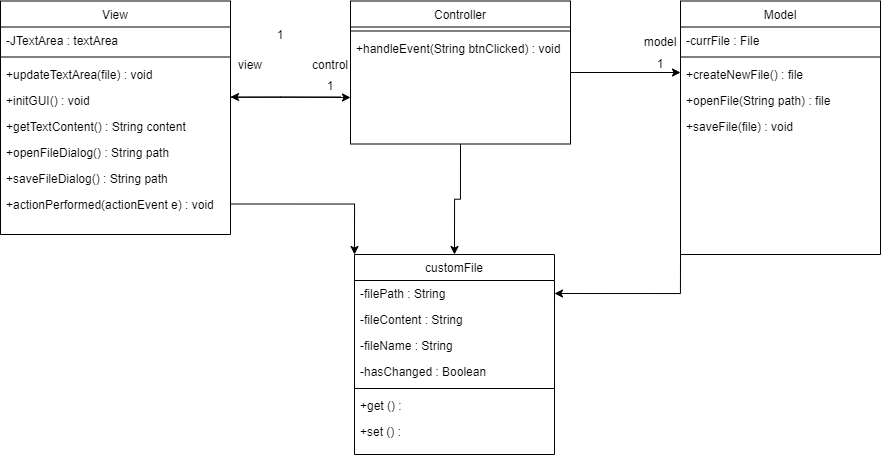
The draw.io diagram Laboration2/UML/design/classDiagram(Updated).drawio.png in Johanced/2021-isgc08-Cederhag, before a commit. Source tidied: cells renumbered, new cells last; positions are measured from the earlier drawing's top-left corner, leaving out a move shared by most shapes. The source it was exported from:
```xml
<mxGraphModel>
  <root>
    <mxCell id="0" />
    <mxCell id="1" parent="0" />
    <mxCell id="2" style="edgeStyle=orthogonalEdgeStyle;rounded=0;jettySize=auto;html=1;exitX=1.001;exitY=0.397;exitDx=0;exitDy=0;exitPerimeter=0;" parent="1" edge="1" source="7">
      <mxGeometry relative="1" as="geometry">
        <mxPoint x="350" y="97" as="targetPoint" />
      </mxGeometry>
    </mxCell>
    <mxCell id="3" value="View" style="swimlane;fontStyle=0;align=center;verticalAlign=top;horizontal=1;startSize=26;rounded=0;shadow=0;strokeWidth=1;" parent="1" vertex="1">
      <mxGeometry y="0.5" width="230" height="233.5" as="geometry" />
    </mxCell>
    <mxCell id="4" value="-JTextArea : textArea" style="text;align=left;verticalAlign=top;spacingLeft=4;spacingRight=4;overflow=hidden;" parent="3" vertex="1">
      <mxGeometry y="26" width="230" height="26" as="geometry" />
    </mxCell>
    <mxCell id="5" style="line;html=1;strokeWidth=1;align=left;verticalAlign=middle;spacingTop=-1;spacingLeft=3;spacingRight=3;labelPosition=right;" parent="3" vertex="1">
      <mxGeometry y="52" width="230" height="8" as="geometry" />
    </mxCell>
    <mxCell id="6" value="+updateTextArea(file) : void" style="text;align=left;verticalAlign=top;spacingLeft=4;spacingRight=4;overflow=hidden;" parent="3" vertex="1">
      <mxGeometry y="60" width="230" height="26" as="geometry" />
    </mxCell>
    <mxCell id="7" value="+initGUI() : void" style="text;align=left;verticalAlign=top;spacingLeft=4;spacingRight=4;overflow=hidden;points=[[0,0.5],[1,0.5]];portConstraint=eastwest;" parent="3" vertex="1">
      <mxGeometry y="86" width="230" height="26" as="geometry" />
    </mxCell>
    <mxCell id="8" value="+getTextContent() : String content" style="text;align=left;verticalAlign=top;spacingLeft=4;spacingRight=4;overflow=hidden;" parent="3" vertex="1">
      <mxGeometry y="112" width="230" height="26" as="geometry" />
    </mxCell>
    <mxCell id="9" value="+openFileDialog() : String path" style="text;align=left;verticalAlign=top;spacingLeft=4;spacingRight=4;overflow=hidden;" parent="3" vertex="1">
      <mxGeometry y="138" width="230" height="26" as="geometry" />
    </mxCell>
    <mxCell id="10" value="+saveFileDialog() : String path" style="text;align=left;verticalAlign=top;spacingLeft=4;spacingRight=4;overflow=hidden;" parent="3" vertex="1">
      <mxGeometry y="164" width="230" height="26" as="geometry" />
    </mxCell>
    <mxCell id="11" value="+actionPerformed(actionEvent e) : void" style="text;align=left;verticalAlign=top;spacingLeft=4;spacingRight=4;overflow=hidden;points=[[0,0.5],[1,0.5]];portConstraint=eastwest;" parent="3" vertex="1">
      <mxGeometry y="190" width="230" height="26" as="geometry" />
    </mxCell>
    <mxCell id="12" style="edgeStyle=orthogonalEdgeStyle;rounded=0;jettySize=auto;html=1;exitX=0;exitY=1;exitDx=0;exitDy=0;entryX=1;entryY=0.5;entryDx=0;entryDy=0;" parent="1" edge="1" source="13" target="32">
      <mxGeometry relative="1" as="geometry" />
    </mxCell>
    <mxCell id="13" value="Model" style="swimlane;fontStyle=0;align=center;verticalAlign=top;horizontal=1;startSize=26;rounded=0;shadow=0;strokeWidth=1;" parent="1" vertex="1">
      <mxGeometry x="680" y="0.5" width="200" height="253.5" as="geometry" />
    </mxCell>
    <mxCell id="14" value="-currFile : File" style="text;align=left;verticalAlign=top;spacingLeft=4;spacingRight=4;overflow=hidden;rounded=0;shadow=0;html=0;" parent="13" vertex="1">
      <mxGeometry y="26" width="200" height="26" as="geometry" />
    </mxCell>
    <mxCell id="15" style="line;html=1;strokeWidth=1;align=left;verticalAlign=middle;spacingTop=-1;spacingLeft=3;spacingRight=3;labelPosition=right;" parent="13" vertex="1">
      <mxGeometry y="52" width="200" height="8" as="geometry" />
    </mxCell>
    <mxCell id="16" value="+createNewFile() : file" style="text;align=left;verticalAlign=top;spacingLeft=4;spacingRight=4;overflow=hidden;" parent="13" vertex="1">
      <mxGeometry y="60" width="200" height="26" as="geometry" />
    </mxCell>
    <mxCell id="17" value="+openFile(String path) : file" style="text;align=left;verticalAlign=top;spacingLeft=4;spacingRight=4;overflow=hidden;" parent="13" vertex="1">
      <mxGeometry y="86" width="200" height="26" as="geometry" />
    </mxCell>
    <mxCell id="18" value="+saveFile(file) : void" style="text;align=left;verticalAlign=top;spacingLeft=4;spacingRight=4;overflow=hidden;" parent="13" vertex="1">
      <mxGeometry y="112" width="200" height="26" as="geometry" />
    </mxCell>
    <mxCell id="19" style="edgeStyle=orthogonalEdgeStyle;rounded=0;jettySize=auto;html=1;" parent="1" edge="1" source="21">
      <mxGeometry relative="1" as="geometry">
        <mxPoint x="680" y="72" as="targetPoint" />
      </mxGeometry>
    </mxCell>
    <mxCell id="20" style="edgeStyle=orthogonalEdgeStyle;rounded=0;jettySize=auto;html=1;exitX=0.5;exitY=1;exitDx=0;exitDy=0;entryX=0.5;entryY=0;entryDx=0;entryDy=0;" parent="1" edge="1" source="21" target="31">
      <mxGeometry relative="1" as="geometry" />
    </mxCell>
    <mxCell id="21" value="Controller" style="swimlane;fontStyle=0;align=center;verticalAlign=top;horizontal=1;startSize=26;rounded=0;shadow=0;strokeWidth=1;" parent="1" vertex="1">
      <mxGeometry x="350" y="0.5" width="220" height="143" as="geometry" />
    </mxCell>
    <mxCell id="22" style="line;html=1;strokeWidth=1;align=left;verticalAlign=middle;spacingTop=-1;spacingLeft=3;spacingRight=3;labelPosition=right;" parent="21" vertex="1">
      <mxGeometry y="26" width="220" height="8" as="geometry" />
    </mxCell>
    <mxCell id="23" value="+handleEvent(String btnClicked) : void" style="text;align=left;verticalAlign=top;spacingLeft=4;spacingRight=4;overflow=hidden;" parent="21" vertex="1">
      <mxGeometry y="34" width="220" height="26" as="geometry" />
    </mxCell>
    <mxCell id="24" value="view" style="text;html=1;strokeColor=none;fillColor=none;align=center;verticalAlign=middle;whiteSpace=wrap;rounded=0;" parent="1" vertex="1">
      <mxGeometry x="230" y="54" width="40" height="22" as="geometry" />
    </mxCell>
    <mxCell id="25" value="control" style="text;html=1;strokeColor=none;fillColor=none;align=center;verticalAlign=middle;whiteSpace=wrap;rounded=0;" parent="1" vertex="1">
      <mxGeometry x="310" y="54" width="40" height="22" as="geometry" />
    </mxCell>
    <mxCell id="26" value="1" style="text;html=1;strokeColor=none;fillColor=none;align=center;verticalAlign=middle;whiteSpace=wrap;rounded=0;" parent="1" vertex="1">
      <mxGeometry x="260" y="24" width="40" height="22" as="geometry" />
    </mxCell>
    <mxCell id="27" value="1" style="text;html=1;strokeColor=none;fillColor=none;align=center;verticalAlign=middle;whiteSpace=wrap;rounded=0;" parent="1" vertex="1">
      <mxGeometry x="310" y="74.5" width="40" height="22" as="geometry" />
    </mxCell>
    <mxCell id="28" value="model" style="text;html=1;strokeColor=none;fillColor=none;align=center;verticalAlign=middle;whiteSpace=wrap;rounded=0;" parent="1" vertex="1">
      <mxGeometry x="640" y="30.5" width="40" height="22" as="geometry" />
    </mxCell>
    <mxCell id="29" value="1" style="text;html=1;strokeColor=none;fillColor=none;align=center;verticalAlign=middle;whiteSpace=wrap;rounded=0;" parent="1" vertex="1">
      <mxGeometry x="640" y="52.5" width="40" height="22" as="geometry" />
    </mxCell>
    <mxCell id="30" style="edgeStyle=orthogonalEdgeStyle;rounded=0;orthogonalLoop=1;jettySize=auto;html=1;" parent="1" edge="1">
      <mxGeometry relative="1" as="geometry">
        <mxPoint x="340" y="96.5" as="sourcePoint" />
        <mxPoint x="230" y="96.5" as="targetPoint" />
        <Array as="points">
          <mxPoint x="280" y="96.5" />
          <mxPoint x="280" y="96.5" />
        </Array>
      </mxGeometry>
    </mxCell>
    <mxCell id="31" value="customFile" style="swimlane;fontStyle=0;align=center;verticalAlign=top;horizontal=1;startSize=26;rounded=0;shadow=0;strokeWidth=1;" parent="1" vertex="1">
      <mxGeometry x="354" y="254" width="200" height="200" as="geometry" />
    </mxCell>
    <mxCell id="32" value="-filePath : String" style="text;align=left;verticalAlign=top;spacingLeft=4;spacingRight=4;overflow=hidden;points=[[0,0.5],[1,0.5]];portConstraint=eastwest;rounded=0;shadow=0;html=0;" parent="31" vertex="1">
      <mxGeometry y="26" width="200" height="26" as="geometry" />
    </mxCell>
    <mxCell id="33" value="-fileContent : String" style="text;align=left;verticalAlign=top;spacingLeft=4;spacingRight=4;overflow=hidden;rounded=0;shadow=0;html=0;" parent="31" vertex="1">
      <mxGeometry y="52" width="200" height="26" as="geometry" />
    </mxCell>
    <mxCell id="34" value="-fileName : String" style="text;align=left;verticalAlign=top;spacingLeft=4;spacingRight=4;overflow=hidden;rounded=0;shadow=0;html=0;" parent="31" vertex="1">
      <mxGeometry y="78" width="200" height="26" as="geometry" />
    </mxCell>
    <mxCell id="35" value="-hasChanged : Boolean" style="text;align=left;verticalAlign=top;spacingLeft=4;spacingRight=4;overflow=hidden;rounded=0;shadow=0;html=0;" parent="31" vertex="1">
      <mxGeometry y="104" width="200" height="26" as="geometry" />
    </mxCell>
    <mxCell id="36" style="line;html=1;strokeWidth=1;align=left;verticalAlign=middle;spacingTop=-1;spacingLeft=3;spacingRight=3;labelPosition=right;" parent="31" vertex="1">
      <mxGeometry y="130" width="200" height="8" as="geometry" />
    </mxCell>
    <mxCell id="37" value="+get () : " style="text;align=left;verticalAlign=top;spacingLeft=4;spacingRight=4;overflow=hidden;" parent="31" vertex="1">
      <mxGeometry y="138" width="200" height="26" as="geometry" />
    </mxCell>
    <mxCell id="38" value="+set () : " style="text;align=left;verticalAlign=top;spacingLeft=4;spacingRight=4;overflow=hidden;" parent="31" vertex="1">
      <mxGeometry y="164" width="200" height="26" as="geometry" />
    </mxCell>
    <mxCell id="39" style="edgeStyle=orthogonalEdgeStyle;rounded=0;jettySize=auto;html=1;exitX=1;exitY=0.5;exitDx=0;exitDy=0;entryX=0;entryY=0;entryDx=0;entryDy=0;" parent="1" edge="1" source="11" target="31">
      <mxGeometry relative="1" as="geometry" />
    </mxCell>
  </root>
</mxGraphModel>
```
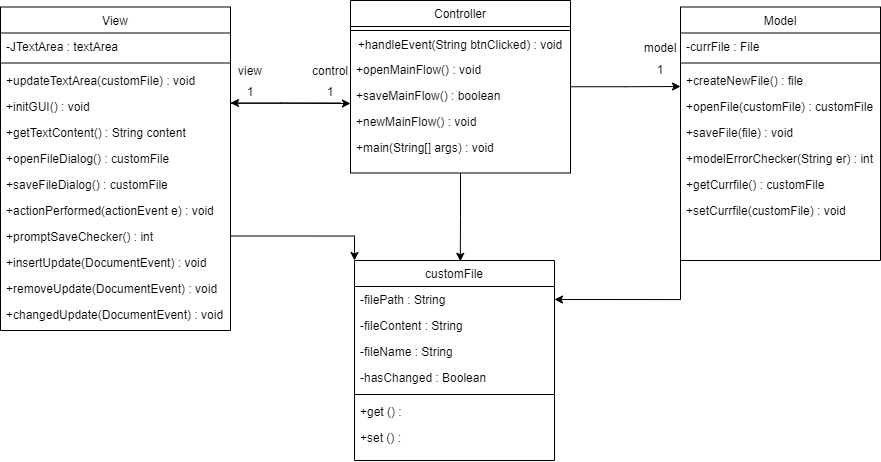
After the change.

Diff of the diagram source:
```diff
@@ -8,7 +8,7 @@
       </mxGeometry>
     </mxCell>
     <mxCell id="3" value="View" style="swimlane;fontStyle=0;align=center;verticalAlign=top;horizontal=1;startSize=26;rounded=0;shadow=0;strokeWidth=1;" parent="1" vertex="1">
-      <mxGeometry y="0.5" width="230" height="233.5" as="geometry" />
+      <mxGeometry y="0.5" width="230" height="323.5" as="geometry" />
     </mxCell>
     <mxCell id="4" value="-JTextArea : textArea" style="text;align=left;verticalAlign=top;spacingLeft=4;spacingRight=4;overflow=hidden;" parent="3" vertex="1">
       <mxGeometry y="26" width="230" height="26" as="geometry" />
@@ -16,7 +16,7 @@
     <mxCell id="5" style="line;html=1;strokeWidth=1;align=left;verticalAlign=middle;spacingTop=-1;spacingLeft=3;spacingRight=3;labelPosition=right;" parent="3" vertex="1">
       <mxGeometry y="52" width="230" height="8" as="geometry" />
     </mxCell>
-    <mxCell id="6" value="+updateTextArea(file) : void" style="text;align=left;verticalAlign=top;spacingLeft=4;spacingRight=4;overflow=hidden;" parent="3" vertex="1">
+    <mxCell id="6" value="+updateTextArea(customFile) : void" style="text;align=left;verticalAlign=top;spacingLeft=4;spacingRight=4;overflow=hidden;" parent="3" vertex="1">
       <mxGeometry y="60" width="230" height="26" as="geometry" />
     </mxCell>
     <mxCell id="7" value="+initGUI() : void" style="text;align=left;verticalAlign=top;spacingLeft=4;spacingRight=4;overflow=hidden;points=[[0,0.5],[1,0.5]];portConstraint=eastwest;" parent="3" vertex="1">
@@ -25,14 +25,26 @@
     <mxCell id="8" value="+getTextContent() : String content" style="text;align=left;verticalAlign=top;spacingLeft=4;spacingRight=4;overflow=hidden;" parent="3" vertex="1">
       <mxGeometry y="112" width="230" height="26" as="geometry" />
     </mxCell>
-    <mxCell id="9" value="+openFileDialog() : String path" style="text;align=left;verticalAlign=top;spacingLeft=4;spacingRight=4;overflow=hidden;" parent="3" vertex="1">
+    <mxCell id="9" value="+openFileDialog() : customFile" style="text;align=left;verticalAlign=top;spacingLeft=4;spacingRight=4;overflow=hidden;" parent="3" vertex="1">
       <mxGeometry y="138" width="230" height="26" as="geometry" />
     </mxCell>
-    <mxCell id="10" value="+saveFileDialog() : String path" style="text;align=left;verticalAlign=top;spacingLeft=4;spacingRight=4;overflow=hidden;" parent="3" vertex="1">
+    <mxCell id="10" value="+saveFileDialog() : customFile" style="text;align=left;verticalAlign=top;spacingLeft=4;spacingRight=4;overflow=hidden;" parent="3" vertex="1">
       <mxGeometry y="164" width="230" height="26" as="geometry" />
     </mxCell>
+    <mxCell id="40" value="+actionPerformed(actionEvent e) : void" style="text;align=left;verticalAlign=top;spacingLeft=4;spacingRight=4;overflow=hidden;" parent="3" vertex="1">
+      <mxGeometry y="190" width="230" height="26" as="geometry" />
+    </mxCell>
+    <mxCell id="41" value="+promptSaveChecker() : int" style="text;align=left;verticalAlign=top;spacingLeft=4;spacingRight=4;overflow=hidden;points=[[0,0.5],[1,0.5]];portConstraint=eastwest;" parent="3" vertex="1">
+      <mxGeometry y="216" width="230" height="26" as="geometry" />
+    </mxCell>
+    <mxCell id="42" value="+insertUpdate(DocumentEvent) : void" style="text;align=left;verticalAlign=top;spacingLeft=4;spacingRight=4;overflow=hidden;" parent="3" vertex="1">
+      <mxGeometry y="242" width="230" height="26" as="geometry" />
+    </mxCell>
+    <mxCell id="43" value="+removeUpdate(DocumentEvent) : void" style="text;align=left;verticalAlign=top;spacingLeft=4;spacingRight=4;overflow=hidden;" parent="3" vertex="1">
+      <mxGeometry y="268" width="230" height="26" as="geometry" />
+    </mxCell>
-    <mxCell id="11" value="+actionPerformed(actionEvent e) : void" style="text;align=left;verticalAlign=top;spacingLeft=4;spacingRight=4;overflow=hidden;points=[[0,0.5],[1,0.5]];portConstraint=eastwest;" parent="3" vertex="1">
-      <mxGeometry y="190" width="230" height="26" as="geometry" />
+    <mxCell id="11" value="+changedUpdate(DocumentEvent) : void" style="text;align=left;verticalAlign=top;spacingLeft=4;spacingRight=4;overflow=hidden;points=[[0,0.5],[1,0.5]];portConstraint=eastwest;" parent="3" vertex="1">
+      <mxGeometry y="294" width="230" height="26" as="geometry" />
     </mxCell>
     <mxCell id="12" style="edgeStyle=orthogonalEdgeStyle;rounded=0;jettySize=auto;html=1;exitX=0;exitY=1;exitDx=0;exitDy=0;entryX=1;entryY=0.5;entryDx=0;entryDy=0;" parent="1" edge="1" source="13" target="32">
       <mxGeometry relative="1" as="geometry" />
@@ -49,38 +61,53 @@
     <mxCell id="16" value="+createNewFile() : file" style="text;align=left;verticalAlign=top;spacingLeft=4;spacingRight=4;overflow=hidden;" parent="13" vertex="1">
       <mxGeometry y="60" width="200" height="26" as="geometry" />
     </mxCell>
-    <mxCell id="17" value="+openFile(String path) : file" style="text;align=left;verticalAlign=top;spacingLeft=4;spacingRight=4;overflow=hidden;" parent="13" vertex="1">
+    <mxCell id="17" value="+openFile(customFile) : customFile" style="text;align=left;verticalAlign=top;spacingLeft=4;spacingRight=4;overflow=hidden;" parent="13" vertex="1">
       <mxGeometry y="86" width="200" height="26" as="geometry" />
     </mxCell>
     <mxCell id="18" value="+saveFile(file) : void" style="text;align=left;verticalAlign=top;spacingLeft=4;spacingRight=4;overflow=hidden;" parent="13" vertex="1">
       <mxGeometry y="112" width="200" height="26" as="geometry" />
     </mxCell>
+    <mxCell id="44" value="+modelErrorChecker(String er) : int" style="text;align=left;verticalAlign=top;spacingLeft=4;spacingRight=4;overflow=hidden;" parent="13" vertex="1">
+      <mxGeometry y="138" width="200" height="26" as="geometry" />
+    </mxCell>
+    <mxCell id="45" value="+getCurrfile() : customFile" style="text;align=left;verticalAlign=top;spacingLeft=4;spacingRight=4;overflow=hidden;" parent="13" vertex="1">
+      <mxGeometry y="164" width="200" height="26" as="geometry" />
+    </mxCell>
+    <mxCell id="46" value="+setCurrfile(customFile) : void" style="text;align=left;verticalAlign=top;spacingLeft=4;spacingRight=4;overflow=hidden;" parent="13" vertex="1">
+      <mxGeometry y="190" width="200" height="26" as="geometry" />
+    </mxCell>
     <mxCell id="19" style="edgeStyle=orthogonalEdgeStyle;rounded=0;jettySize=auto;html=1;" parent="1" edge="1" source="21">
       <mxGeometry relative="1" as="geometry">
-        <mxPoint x="680" y="72" as="targetPoint" />
+        <mxPoint x="680" y="80" as="targetPoint" />
       </mxGeometry>
     </mxCell>
-    <mxCell id="20" style="edgeStyle=orthogonalEdgeStyle;rounded=0;jettySize=auto;html=1;exitX=0.5;exitY=1;exitDx=0;exitDy=0;entryX=0.5;entryY=0;entryDx=0;entryDy=0;" parent="1" edge="1" source="21" target="31">
+    <mxCell id="20" style="edgeStyle=orthogonalEdgeStyle;rounded=0;jettySize=auto;html=1;exitX=0.5;exitY=1;exitDx=0;exitDy=0;entryX=0.529;entryY=0.004;entryDx=0;entryDy=0;entryPerimeter=0;" parent="1" edge="1" source="21" target="31">
       <mxGeometry relative="1" as="geometry" />
     </mxCell>
     <mxCell id="21" value="Controller" style="swimlane;fontStyle=0;align=center;verticalAlign=top;horizontal=1;startSize=26;rounded=0;shadow=0;strokeWidth=1;" parent="1" vertex="1">
-      <mxGeometry x="350" y="0.5" width="220" height="143" as="geometry" />
+      <mxGeometry x="350" y="-6" width="220" height="172.5" as="geometry" />
     </mxCell>
     <mxCell id="22" style="line;html=1;strokeWidth=1;align=left;verticalAlign=middle;spacingTop=-1;spacingLeft=3;spacingRight=3;labelPosition=right;" parent="21" vertex="1">
       <mxGeometry y="26" width="220" height="8" as="geometry" />
     </mxCell>
+    <mxCell id="26" value="&lt;span style=&quot;text-align: left&quot;&gt;+handleEvent(String btnClicked) : void&lt;/span&gt;" style="text;html=1;strokeColor=none;fillColor=none;align=center;verticalAlign=middle;whiteSpace=wrap;rounded=0;" parent="21" vertex="1">
+      <mxGeometry y="34" width="220" height="22" as="geometry" />
+    </mxCell>
+    <mxCell id="47" value="+openMainFlow() : void" style="text;align=left;verticalAlign=top;spacingLeft=4;spacingRight=4;overflow=hidden;" parent="21" vertex="1">
+      <mxGeometry y="56" width="220" height="26" as="geometry" />
+    </mxCell>
+    <mxCell id="48" value="+saveMainFlow() : boolean" style="text;align=left;verticalAlign=top;spacingLeft=4;spacingRight=4;overflow=hidden;" parent="21" vertex="1">
+      <mxGeometry y="82" width="220" height="26" as="geometry" />
+    </mxCell>
+    <mxCell id="49" value="+newMainFlow() : void" style="text;align=left;verticalAlign=top;spacingLeft=4;spacingRight=4;overflow=hidden;" parent="21" vertex="1">
+      <mxGeometry y="108" width="220" height="26" as="geometry" />
+    </mxCell>
-    <mxCell id="23" value="+handleEvent(String btnClicked) : void" style="text;align=left;verticalAlign=top;spacingLeft=4;spacingRight=4;overflow=hidden;" parent="21" vertex="1">
-      <mxGeometry y="34" width="220" height="26" as="geometry" />
+    <mxCell id="23" value="+main(String[] args) : void" style="text;align=left;verticalAlign=top;spacingLeft=4;spacingRight=4;overflow=hidden;" parent="21" vertex="1">
+      <mxGeometry y="134" width="220" height="26" as="geometry" />
     </mxCell>
-    <mxCell id="24" value="view" style="text;html=1;strokeColor=none;fillColor=none;align=center;verticalAlign=middle;whiteSpace=wrap;rounded=0;" parent="1" vertex="1">
-      <mxGeometry x="230" y="54" width="40" height="22" as="geometry" />
-    </mxCell>
     <mxCell id="25" value="control" style="text;html=1;strokeColor=none;fillColor=none;align=center;verticalAlign=middle;whiteSpace=wrap;rounded=0;" parent="1" vertex="1">
       <mxGeometry x="310" y="54" width="40" height="22" as="geometry" />
     </mxCell>
-    <mxCell id="26" value="1" style="text;html=1;strokeColor=none;fillColor=none;align=center;verticalAlign=middle;whiteSpace=wrap;rounded=0;" parent="1" vertex="1">
-      <mxGeometry x="260" y="24" width="40" height="22" as="geometry" />
-    </mxCell>
     <mxCell id="27" value="1" style="text;html=1;strokeColor=none;fillColor=none;align=center;verticalAlign=middle;whiteSpace=wrap;rounded=0;" parent="1" vertex="1">
       <mxGeometry x="310" y="74.5" width="40" height="22" as="geometry" />
     </mxCell>
@@ -124,8 +151,14 @@
     <mxCell id="38" value="+set () : " style="text;align=left;verticalAlign=top;spacingLeft=4;spacingRight=4;overflow=hidden;" parent="31" vertex="1">
       <mxGeometry y="164" width="200" height="26" as="geometry" />
     </mxCell>
-    <mxCell id="39" style="edgeStyle=orthogonalEdgeStyle;rounded=0;jettySize=auto;html=1;exitX=1;exitY=0.5;exitDx=0;exitDy=0;entryX=0;entryY=0;entryDx=0;entryDy=0;" parent="1" edge="1" source="11" target="31">
+    <mxCell id="39" style="edgeStyle=orthogonalEdgeStyle;rounded=0;jettySize=auto;html=1;exitX=1;exitY=0.5;exitDx=0;exitDy=0;entryX=0;entryY=0;entryDx=0;entryDy=0;" parent="1" edge="1" source="41" target="31">
       <mxGeometry relative="1" as="geometry" />
     </mxCell>
+    <mxCell id="24" value="view" style="text;html=1;strokeColor=none;fillColor=none;align=center;verticalAlign=middle;whiteSpace=wrap;rounded=0;" parent="1" vertex="1">
+      <mxGeometry x="230" y="54" width="40" height="22" as="geometry" />
+    </mxCell>
+    <mxCell id="50" value="1" style="text;html=1;strokeColor=none;fillColor=none;align=center;verticalAlign=middle;whiteSpace=wrap;rounded=0;" parent="1" vertex="1">
+      <mxGeometry x="230" y="74.5" width="40" height="22" as="geometry" />
+    </mxCell>
   </root>
 </mxGraphModel>
```
